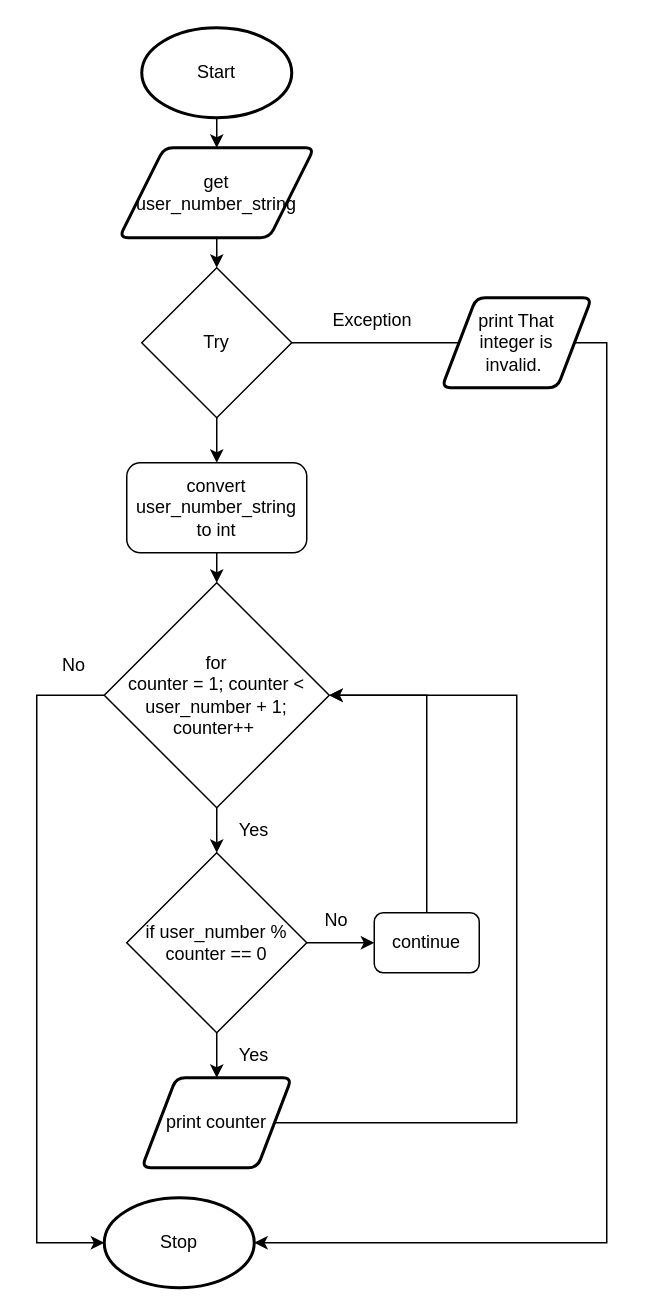
Before: drawio/flowchart/flowchart.drawio in Aidan-Lalonde-Novales/ICS3U-Assignment5-Python, a draw.io diagram. Source tidied: cells renumbered, new cells numbered last; positions are measured from the earlier drawing's top-left corner, leaving out a move shared by most shapes. Both pictures are drawn from the tidied source at 150%, with x=0, y=0 at pixel (36, 27).
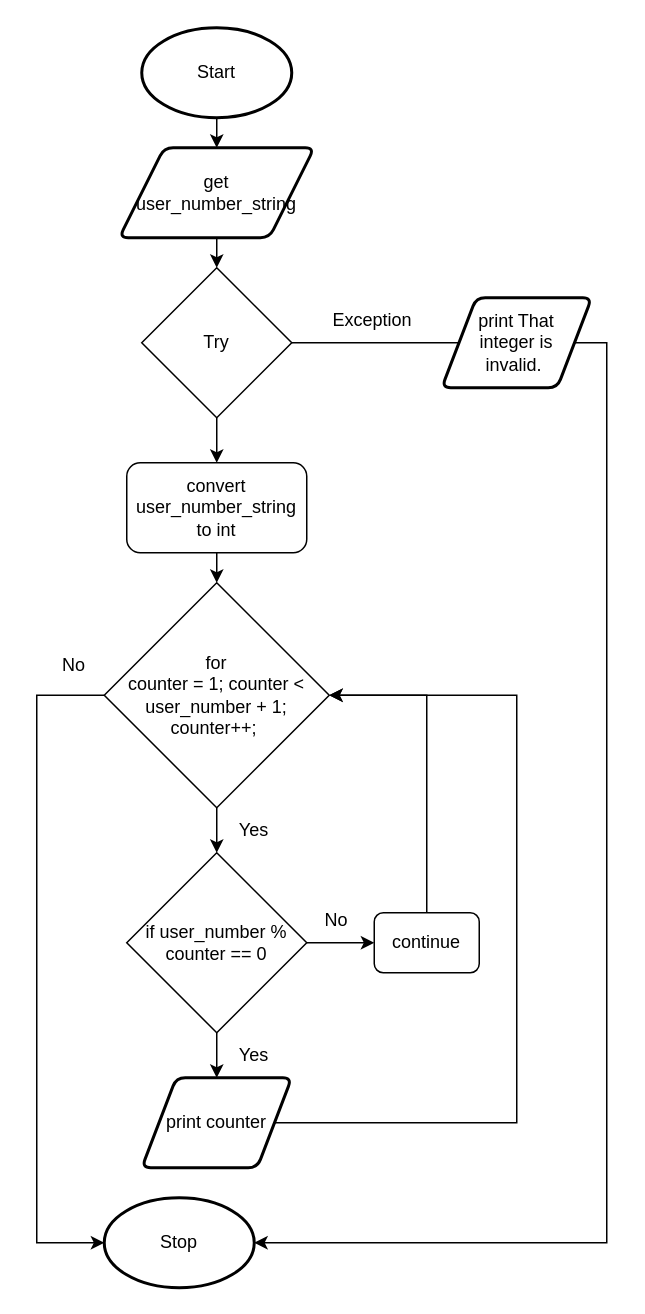
After the change.

Diff of the diagram source:
```diff
@@
-    <mxCell id="11" value="for &lt;br&gt;counter = 1; counter &amp;lt; user_number + 1; counter++&amp;nbsp;" style="rhombus;whiteSpace=wrap;html=1;" parent="1" vertex="1">
+    <mxCell id="11" value="for &lt;br&gt;counter = 1; counter &amp;lt; user_number + 1; counter++;&amp;nbsp;" style="rhombus;whiteSpace=wrap;html=1;" parent="1" vertex="1">
       <mxGeometry x="45" y="370" width="150" height="150" as="geometry" />
     </mxCell>
```
